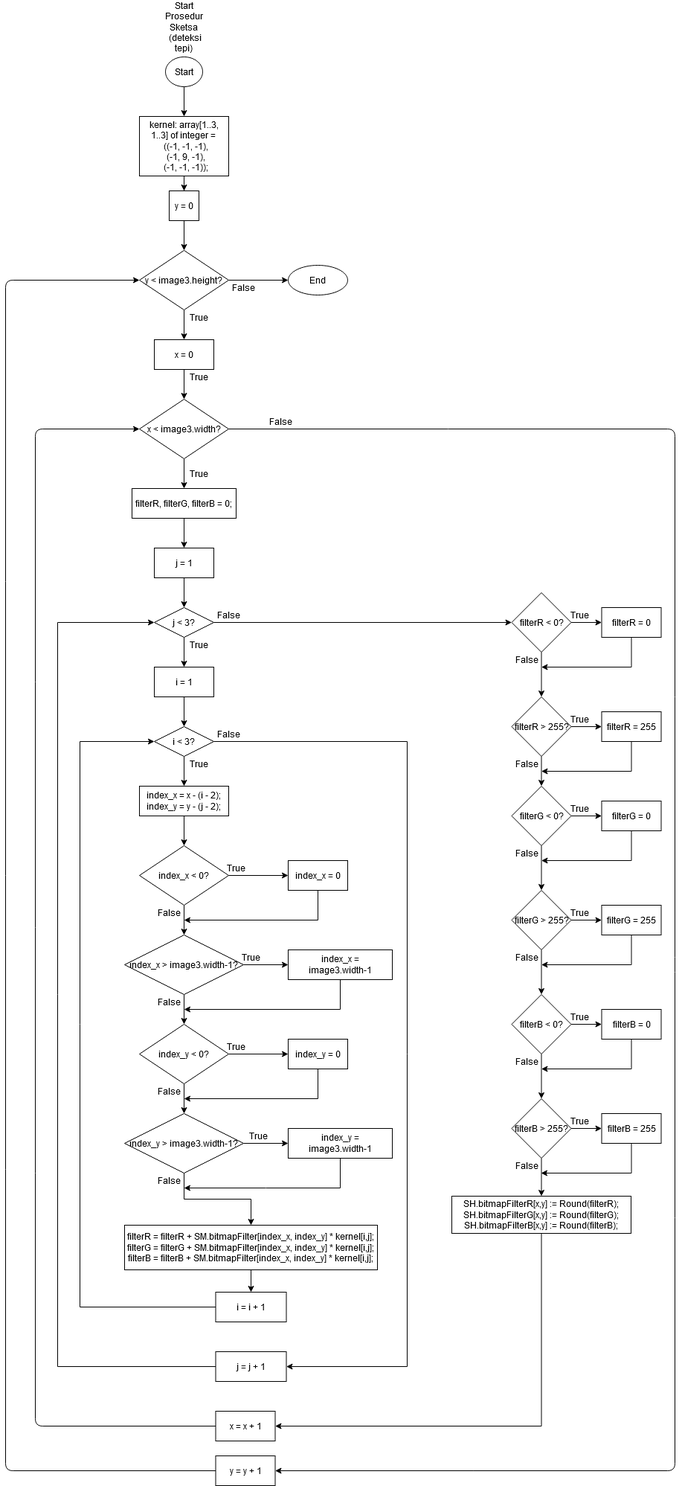
Earlier version of the draw.io export Flowchart/png/Sketsa.png (NRZero1/Batik_Pattern_Generator). Source tidied: cells renumbered, new cells last; positions are measured from the earlier drawing's top-left corner, leaving out a move shared by most shapes.
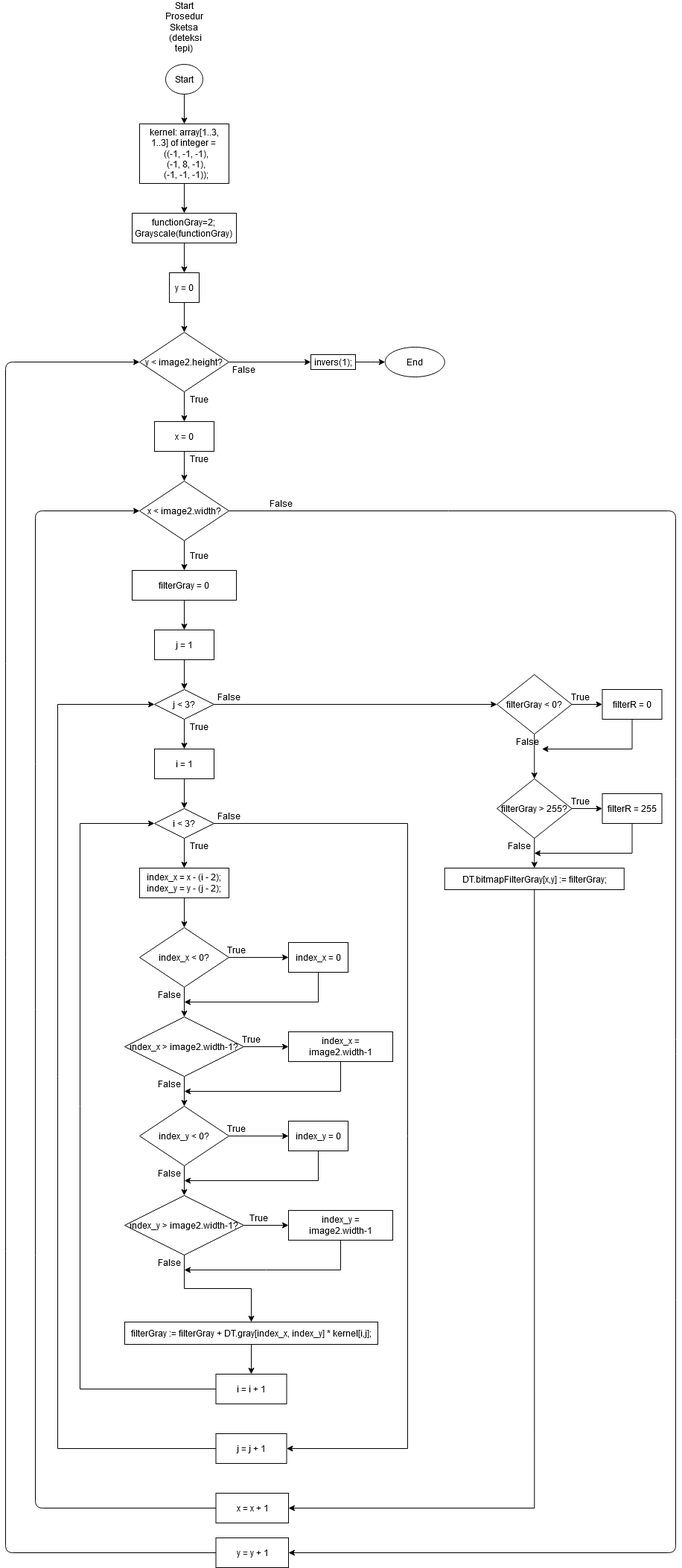
After the commit.

The edit, as a diff of the source:
```diff
@@ -8,12 +8,15 @@
     <mxCell id="3" value="Start" style="ellipse;whiteSpace=wrap;html=1;" parent="1" vertex="1">
-      <mxGeometry x="215" y="50" width="50" height="40" as="geometry" />
+      <mxGeometry x="215" y="-50" width="50" height="40" as="geometry" />
     </mxCell>
     <mxCell id="4" value="&lt;div&gt;Start Prosedur&lt;/div&gt;&lt;div&gt;Sketsa&lt;br&gt;&lt;/div&gt;&amp;nbsp;(deteksi tepi)" style="text;html=1;strokeColor=none;fillColor=none;align=center;verticalAlign=middle;whiteSpace=wrap;rounded=0;" parent="1" vertex="1">
-      <mxGeometry x="220" width="40" height="20" as="geometry" />
+      <mxGeometry x="220" y="-110" width="40" height="20" as="geometry" />
     </mxCell>
-    <mxCell id="5" style="edgeStyle=orthogonalEdgeStyle;rounded=0;jettySize=auto;html=1;" parent="1" edge="1" source="6" target="8">
+    <mxCell id="5" style="edgeStyle=orthogonalEdgeStyle;rounded=0;jettySize=auto;html=1;exitX=0.5;exitY=1;exitDx=0;exitDy=0;" parent="1" edge="1" source="125" target="8">
       <mxGeometry relative="1" as="geometry" />
     </mxCell>
+    <mxCell id="123" style="edgeStyle=orthogonalEdgeStyle;rounded=0;jettySize=auto;html=1;" parent="1" edge="1" source="6" target="125">
+      <mxGeometry relative="1" as="geometry" />
+    </mxCell>
-    <mxCell id="6" value="kernel: array[1..3, 1..3] of integer =&lt;br&gt;&amp;nbsp; ((-1, -1, -1),&lt;br&gt;&amp;nbsp; (-1, 9, -1),&lt;br&gt;&lt;div&gt;&amp;nbsp; (-1, -1, -1));&lt;/div&gt;" style="rounded=0;whiteSpace=wrap;html=1;" parent="1" vertex="1">
-      <mxGeometry x="180" y="130" width="120" height="80" as="geometry" />
+    <mxCell id="6" value="kernel: array[1..3, 1..3] of integer =&lt;br&gt;&amp;nbsp; ((-1, -1, -1),&lt;br&gt;&amp;nbsp; (-1, 8, -1),&lt;br&gt;&lt;div&gt;&amp;nbsp; (-1, -1, -1));&lt;/div&gt;" style="rounded=0;whiteSpace=wrap;html=1;" parent="1" vertex="1">
+      <mxGeometry x="180" y="30" width="120" height="80" as="geometry" />
     </mxCell>
@@ -28,3 +31,6 @@
     </mxCell>
+    <mxCell id="124" style="edgeStyle=orthogonalEdgeStyle;rounded=0;jettySize=auto;html=1;exitX=1;exitY=0.5;exitDx=0;exitDy=0;" parent="1" edge="1" source="10" target="127">
+      <mxGeometry relative="1" as="geometry" />
+    </mxCell>
-    <mxCell id="10" value="y &amp;lt; image3.height?" style="rhombus;whiteSpace=wrap;html=1;" parent="1" vertex="1">
+    <mxCell id="10" value="y &amp;lt; image2.height?" style="rhombus;whiteSpace=wrap;html=1;" parent="1" vertex="1">
       <mxGeometry x="180" y="310" width="120" height="80" as="geometry" />
@@ -40,3 +46,3 @@
     </mxCell>
-    <mxCell id="14" value="x &amp;lt; image3.width?" style="rhombus;whiteSpace=wrap;html=1;" parent="1" vertex="1">
+    <mxCell id="14" value="x &amp;lt; image2.width?" style="rhombus;whiteSpace=wrap;html=1;" parent="1" vertex="1">
       <mxGeometry x="180" y="510" width="120" height="80" as="geometry" />
@@ -46,3 +52,3 @@
     </mxCell>
-    <mxCell id="16" value="filterR, filterG, filterB = 0;" style="rounded=0;whiteSpace=wrap;html=1;" parent="1" vertex="1">
+    <mxCell id="16" value="filterGray = 0" style="rounded=0;whiteSpace=wrap;html=1;" parent="1" vertex="1">
       <mxGeometry x="170" y="630" width="140" height="40" as="geometry" />
@@ -59,3 +65,3 @@
     <mxCell id="20" value="x = x + 1" style="rounded=0;whiteSpace=wrap;html=1;" parent="1" vertex="1">
-      <mxGeometry x="282.5" y="1870" width="80" height="40" as="geometry" />
+      <mxGeometry x="282.5" y="1870" width="97.5" height="40" as="geometry" />
     </mxCell>
@@ -70,3 +76,3 @@
     <mxCell id="22" value="y = y + 1" style="rounded=0;whiteSpace=wrap;html=1;" parent="1" vertex="1">
-      <mxGeometry x="282.5" y="1930" width="80" height="40" as="geometry" />
+      <mxGeometry x="282.5" y="1930" width="97.5" height="40" as="geometry" />
     </mxCell>
@@ -89,5 +95,2 @@
     </mxCell>
-    <mxCell id="25" style="endArrow=classic;html=1;exitX=1;exitY=0.5;exitDx=0;exitDy=0;entryX=0;entryY=0.5;entryDx=0;entryDy=0;" parent="1" edge="1" source="10" target="118">
-      <mxGeometry relative="1" as="geometry" />
-    </mxCell>
     <mxCell id="26" value="False" style="text;html=1;align=center;verticalAlign=middle;" parent="1" vertex="1">
@@ -170,3 +173,3 @@
     </mxCell>
-    <mxCell id="48" value="index_x &amp;gt; image3.width-1?" style="rhombus;whiteSpace=wrap;html=1;rounded=0;" parent="1" vertex="1">
+    <mxCell id="48" value="index_x &amp;gt; image2.width-1?" style="rhombus;whiteSpace=wrap;html=1;rounded=0;" parent="1" vertex="1">
       <mxGeometry x="160" y="1230" width="160" height="80" as="geometry" />
@@ -184,3 +187,3 @@
     </mxCell>
-    <mxCell id="51" value="index_x = image3.width-1" style="whiteSpace=wrap;html=1;rounded=0;" parent="1" vertex="1">
+    <mxCell id="51" value="index_x = image2.width-1" style="whiteSpace=wrap;html=1;rounded=0;" parent="1" vertex="1">
       <mxGeometry x="380" y="1250" width="140" height="40" as="geometry" />
@@ -215,3 +218,3 @@
     </mxCell>
-    <mxCell id="60" value="index_y &amp;gt; image3.width-1?" style="rhombus;whiteSpace=wrap;html=1;rounded=0;" parent="1" vertex="1">
+    <mxCell id="60" value="index_y &amp;gt; image2.width-1?" style="rhombus;whiteSpace=wrap;html=1;rounded=0;" parent="1" vertex="1">
       <mxGeometry x="160" y="1470" width="160" height="80" as="geometry" />
@@ -230,3 +233,3 @@
     </mxCell>
-    <mxCell id="63" value="index_y = image3.width-1" style="whiteSpace=wrap;html=1;rounded=0;" parent="1" vertex="1">
+    <mxCell id="63" value="index_y = image2.width-1" style="whiteSpace=wrap;html=1;rounded=0;" parent="1" vertex="1">
       <mxGeometry x="380" y="1490" width="140" height="40" as="geometry" />
@@ -236,4 +239,4 @@
     </mxCell>
-    <mxCell id="65" value="&lt;div&gt;filterR = filterR + SM.bitmapFilter[index_x, index_y] * kernel[i,j];&lt;/div&gt;&lt;div&gt;filterG = filterG + SM.bitmapFilter[index_x, index_y] * kernel[i,j];&lt;/div&gt;&lt;div&gt;filterB = filterB + SM.bitmapFilter[index_x, index_y] * kernel[i,j];&lt;/div&gt;" style="whiteSpace=wrap;html=1;rounded=0;" parent="1" vertex="1">
-      <mxGeometry x="160" y="1620" width="340" height="60" as="geometry" />
+    <mxCell id="65" value="filterGray := filterGray + DT.gray[index_x, index_y] * kernel[i,j];" style="whiteSpace=wrap;html=1;rounded=0;" parent="1" vertex="1">
+      <mxGeometry x="160" y="1640" width="340" height="30" as="geometry" />
     </mxCell>
@@ -285,4 +288,4 @@
     </mxCell>
-    <mxCell id="78" value="filterR &amp;lt; 0?" style="rhombus;whiteSpace=wrap;html=1;" parent="1" vertex="1">
-      <mxGeometry x="680.5" y="770" width="80" height="80" as="geometry" />
+    <mxCell id="78" value="filterGray &amp;lt; 0?" style="rhombus;whiteSpace=wrap;html=1;" parent="1" vertex="1">
+      <mxGeometry x="660" y="770" width="100.5" height="80" as="geometry" />
     </mxCell>
@@ -304,7 +307,7 @@
     </mxCell>
-    <mxCell id="83" style="edgeStyle=orthogonalEdgeStyle;rounded=0;jettySize=auto;html=1;exitX=0.5;exitY=1;exitDx=0;exitDy=0;entryX=0.5;entryY=0;entryDx=0;entryDy=0;" parent="1" edge="1" source="84" target="90">
+    <mxCell id="83" style="edgeStyle=orthogonalEdgeStyle;rounded=0;jettySize=auto;html=1;exitX=0.5;exitY=1;exitDx=0;exitDy=0;entryX=0.5;entryY=0;entryDx=0;entryDy=0;" parent="1" edge="1" source="84" target="117">
       <mxGeometry relative="1" as="geometry" />
     </mxCell>
-    <mxCell id="84" value="filterR &amp;gt; 255?" style="rhombus;whiteSpace=wrap;html=1;" parent="1" vertex="1">
-      <mxGeometry x="680.5" y="910" width="80" height="80" as="geometry" />
+    <mxCell id="84" value="filterGray &amp;gt; 255?" style="rhombus;whiteSpace=wrap;html=1;" parent="1" vertex="1">
+      <mxGeometry x="660" y="910" width="100.5" height="80" as="geometry" />
     </mxCell>
@@ -323,91 +326,37 @@
     </mxCell>
-    <mxCell id="88" style="edgeStyle=orthogonalEdgeStyle;rounded=0;jettySize=auto;html=1;" parent="1" edge="1" source="90" target="92">
-      <mxGeometry relative="1" as="geometry" />
+    <mxCell id="88" style="edgeStyle=orthogonalEdgeStyle;rounded=0;orthogonalLoop=1;jettySize=auto;html=1;" parent="1" edge="1">
+      <mxGeometry relative="1" as="geometry">
+        <mxPoint x="760.5" y="1070" as="sourcePoint" />
+      </mxGeometry>
     </mxCell>
-    <mxCell id="89" style="edgeStyle=orthogonalEdgeStyle;rounded=0;jettySize=auto;html=1;" parent="1" edge="1" source="90" target="96">
-      <mxGeometry relative="1" as="geometry" />
+    <mxCell id="89" style="edgeStyle=orthogonalEdgeStyle;rounded=0;orthogonalLoop=1;jettySize=auto;html=1;" parent="1" edge="1">
+      <mxGeometry relative="1" as="geometry">
+        <mxPoint x="720.5" y="1110" as="sourcePoint" />
+      </mxGeometry>
     </mxCell>
-    <mxCell id="90" value="filterG &amp;lt; 0?" style="rhombus;whiteSpace=wrap;html=1;" parent="1" vertex="1">
-      <mxGeometry x="680.5" y="1030" width="80" height="80" as="geometry" />
-    </mxCell>
-    <mxCell id="91" style="edgeStyle=orthogonalEdgeStyle;rounded=0;jettySize=auto;html=1;exitX=0.5;exitY=1;exitDx=0;exitDy=0;entryX=1;entryY=1;entryDx=0;entryDy=0;" parent="1" edge="1" source="92" target="97">
-      <mxGeometry relative="1" as="geometry">
-        <Array as="points">
-          <mxPoint x="841.5" y="1130" />
-        </Array>
-      </mxGeometry>
-    </mxCell>
-    <mxCell id="92" value="filterG = 0" style="whiteSpace=wrap;html=1;" parent="1" vertex="1">
-      <mxGeometry x="801.5" y="1050" width="80" height="40" as="geometry" />
-    </mxCell>
-    <mxCell id="93" value="True" style="text;html=1;strokeColor=none;fillColor=none;align=center;verticalAlign=middle;whiteSpace=wrap;rounded=0;" parent="1" vertex="1">
-      <mxGeometry x="751.5" y="1050" width="40" height="20" as="geometry" />
-    </mxCell>
-    <mxCell id="94" style="edgeStyle=orthogonalEdgeStyle;rounded=0;jettySize=auto;html=1;" parent="1" edge="1" source="96" target="99">
-      <mxGeometry relative="1" as="geometry" />
+    <mxCell id="94" style="edgeStyle=orthogonalEdgeStyle;rounded=0;orthogonalLoop=1;jettySize=auto;html=1;" parent="1" edge="1">
+      <mxGeometry relative="1" as="geometry">
+        <mxPoint x="760.5" y="1210" as="sourcePoint" />
+      </mxGeometry>
     </mxCell>
-    <mxCell id="95" style="edgeStyle=orthogonalEdgeStyle;rounded=0;jettySize=auto;html=1;exitX=0.5;exitY=1;exitDx=0;exitDy=0;entryX=0.5;entryY=0;entryDx=0;entryDy=0;" parent="1" edge="1" source="96" target="102">
-      <mxGeometry relative="1" as="geometry" />
+    <mxCell id="95" style="edgeStyle=orthogonalEdgeStyle;rounded=0;orthogonalLoop=1;jettySize=auto;html=1;exitX=0.5;exitY=1;exitDx=0;exitDy=0;entryX=0.5;entryY=0;entryDx=0;entryDy=0;" parent="1" edge="1">
+      <mxGeometry relative="1" as="geometry">
+        <mxPoint x="720.5" y="1250" as="sourcePoint" />
+      </mxGeometry>
     </mxCell>
-    <mxCell id="96" value="filterG &amp;gt; 255?" style="rhombus;whiteSpace=wrap;html=1;" parent="1" vertex="1">
-      <mxGeometry x="680.5" y="1170" width="80" height="80" as="geometry" />
-    </mxCell>
-    <mxCell id="97" value="False" style="text;html=1;strokeColor=none;fillColor=none;align=center;verticalAlign=middle;whiteSpace=wrap;rounded=0;" parent="1" vertex="1">
-      <mxGeometry x="680.5" y="1110" width="40" height="20" as="geometry" />
-    </mxCell>
-    <mxCell id="98" style="edgeStyle=orthogonalEdgeStyle;rounded=0;jettySize=auto;html=1;exitX=0.5;exitY=1;exitDx=0;exitDy=0;entryX=1;entryY=1;entryDx=0;entryDy=0;" parent="1" edge="1" source="99" target="115">
-      <mxGeometry relative="1" as="geometry">
-        <Array as="points">
-          <mxPoint x="841.5" y="1270" />
-        </Array>
-      </mxGeometry>
-    </mxCell>
-    <mxCell id="99" value="filterG = 255" style="whiteSpace=wrap;html=1;" parent="1" vertex="1">
-      <mxGeometry x="801.5" y="1190" width="80" height="40" as="geometry" />
-    </mxCell>
-    <mxCell id="100" style="edgeStyle=orthogonalEdgeStyle;rounded=0;jettySize=auto;html=1;" parent="1" edge="1" source="102" target="104">
-      <mxGeometry relative="1" as="geometry" />
+    <mxCell id="100" style="edgeStyle=orthogonalEdgeStyle;rounded=0;orthogonalLoop=1;jettySize=auto;html=1;" parent="1" edge="1">
+      <mxGeometry relative="1" as="geometry">
+        <mxPoint x="760.5" y="1350" as="sourcePoint" />
+      </mxGeometry>
     </mxCell>
-    <mxCell id="101" style="edgeStyle=orthogonalEdgeStyle;rounded=0;jettySize=auto;html=1;" parent="1" edge="1" source="102" target="108">
-      <mxGeometry relative="1" as="geometry" />
+    <mxCell id="101" style="edgeStyle=orthogonalEdgeStyle;rounded=0;orthogonalLoop=1;jettySize=auto;html=1;" parent="1" edge="1">
+      <mxGeometry relative="1" as="geometry">
+        <mxPoint x="720.5" y="1390" as="sourcePoint" />
+      </mxGeometry>
     </mxCell>
-    <mxCell id="102" value="filterB &amp;lt; 0?" style="rhombus;whiteSpace=wrap;html=1;" parent="1" vertex="1">
-      <mxGeometry x="680.5" y="1310" width="80" height="80" as="geometry" />
-    </mxCell>
-    <mxCell id="103" style="edgeStyle=orthogonalEdgeStyle;rounded=0;jettySize=auto;html=1;exitX=0.5;exitY=1;exitDx=0;exitDy=0;entryX=1;entryY=1;entryDx=0;entryDy=0;" parent="1" edge="1" source="104" target="109">
-      <mxGeometry relative="1" as="geometry">
-        <Array as="points">
-          <mxPoint x="841.5" y="1410" />
-        </Array>
-      </mxGeometry>
-    </mxCell>
-    <mxCell id="104" value="filterB = 0" style="whiteSpace=wrap;html=1;" parent="1" vertex="1">
-      <mxGeometry x="801.5" y="1330" width="80" height="40" as="geometry" />
-    </mxCell>
-    <mxCell id="105" value="True" style="text;html=1;strokeColor=none;fillColor=none;align=center;verticalAlign=middle;whiteSpace=wrap;rounded=0;" parent="1" vertex="1">
-      <mxGeometry x="751.5" y="1330" width="40" height="20" as="geometry" />
-    </mxCell>
-    <mxCell id="106" style="edgeStyle=orthogonalEdgeStyle;rounded=0;jettySize=auto;html=1;" parent="1" edge="1" source="108" target="111">
-      <mxGeometry relative="1" as="geometry" />
+    <mxCell id="106" style="edgeStyle=orthogonalEdgeStyle;rounded=0;orthogonalLoop=1;jettySize=auto;html=1;" parent="1" edge="1">
+      <mxGeometry relative="1" as="geometry">
+        <mxPoint x="760.5" y="1490" as="sourcePoint" />
+      </mxGeometry>
     </mxCell>
-    <mxCell id="107" style="edgeStyle=orthogonalEdgeStyle;rounded=0;jettySize=auto;html=1;" parent="1" edge="1" source="108" target="117">
-      <mxGeometry relative="1" as="geometry" />
-    </mxCell>
-    <mxCell id="108" value="filterB &amp;gt; 255?" style="rhombus;whiteSpace=wrap;html=1;" parent="1" vertex="1">
-      <mxGeometry x="680.5" y="1450" width="80" height="80" as="geometry" />
-    </mxCell>
-    <mxCell id="109" value="False" style="text;html=1;strokeColor=none;fillColor=none;align=center;verticalAlign=middle;whiteSpace=wrap;rounded=0;" parent="1" vertex="1">
-      <mxGeometry x="680.5" y="1390" width="40" height="20" as="geometry" />
-    </mxCell>
-    <mxCell id="110" style="edgeStyle=orthogonalEdgeStyle;rounded=0;jettySize=auto;html=1;exitX=0.5;exitY=1;exitDx=0;exitDy=0;" parent="1" edge="1" source="111">
-      <mxGeometry relative="1" as="geometry">
-        <mxPoint x="720" y="1550" as="targetPoint" />
-        <Array as="points">
-          <mxPoint x="842" y="1550" />
-        </Array>
-      </mxGeometry>
-    </mxCell>
-    <mxCell id="111" value="filterB = 255" style="whiteSpace=wrap;html=1;" parent="1" vertex="1">
-      <mxGeometry x="801.5" y="1470" width="80" height="40" as="geometry" />
-    </mxCell>
     <mxCell id="112" value="True" style="text;html=1;strokeColor=none;fillColor=none;align=center;verticalAlign=middle;whiteSpace=wrap;rounded=0;" parent="1" vertex="1">
@@ -416,10 +365,4 @@
     <mxCell id="113" value="False" style="text;html=1;strokeColor=none;fillColor=none;align=center;verticalAlign=middle;whiteSpace=wrap;rounded=0;" parent="1" vertex="1">
-      <mxGeometry x="680.5" y="990" width="40" height="20" as="geometry" />
+      <mxGeometry x="670" y="990" width="40" height="20" as="geometry" />
     </mxCell>
-    <mxCell id="114" value="True" style="text;html=1;strokeColor=none;fillColor=none;align=center;verticalAlign=middle;whiteSpace=wrap;rounded=0;" parent="1" vertex="1">
-      <mxGeometry x="751.5" y="1190" width="40" height="20" as="geometry" />
-    </mxCell>
-    <mxCell id="115" value="False" style="text;html=1;strokeColor=none;fillColor=none;align=center;verticalAlign=middle;whiteSpace=wrap;rounded=0;" parent="1" vertex="1">
-      <mxGeometry x="680.5" y="1250" width="40" height="20" as="geometry" />
-    </mxCell>
     <mxCell id="116" style="edgeStyle=orthogonalEdgeStyle;rounded=0;jettySize=auto;html=1;exitX=0.5;exitY=1;exitDx=0;exitDy=0;entryX=1;entryY=0.5;entryDx=0;entryDy=0;" parent="1" edge="1" source="117" target="20">
@@ -427,3 +370,3 @@
         <Array as="points">
-          <mxPoint x="721" y="1890" />
+          <mxPoint x="710" y="1890" />
         </Array>
@@ -431,7 +374,7 @@
     </mxCell>
-    <mxCell id="117" value="SH.bitmapFilterR[x,y] := Round(filterR);&lt;br&gt;&lt;div&gt;SH.bitmapFilterG[x,y] := Round(filterG);&lt;/div&gt;&lt;div&gt;SH.bitmapFilterB[x,y] := Round(filterB);&lt;/div&gt;" style="whiteSpace=wrap;html=1;" parent="1" vertex="1">
-      <mxGeometry x="600" y="1581" width="241" height="50" as="geometry" />
+    <mxCell id="117" value="DT.bitmapFilterGray[x,y] := filterGray;" style="whiteSpace=wrap;html=1;" parent="1" vertex="1">
+      <mxGeometry x="589.8" y="1030" width="241" height="29" as="geometry" />
     </mxCell>
     <mxCell id="118" value="End" style="ellipse;whiteSpace=wrap;html=1;" parent="1" vertex="1">
-      <mxGeometry x="380" y="330" width="80" height="40" as="geometry" />
+      <mxGeometry x="509.8" y="330" width="80" height="40" as="geometry" />
     </mxCell>
@@ -443,8 +386,11 @@
     </mxCell>
-    <mxCell id="121" value="True" style="text;html=1;strokeColor=none;fillColor=none;align=center;verticalAlign=middle;whiteSpace=wrap;rounded=0;" parent="1" vertex="1">
-      <mxGeometry x="751.5" y="1470" width="40" height="20" as="geometry" />
-    </mxCell>
-    <mxCell id="122" value="False" style="text;html=1;strokeColor=none;fillColor=none;align=center;verticalAlign=middle;whiteSpace=wrap;rounded=0;" parent="1" vertex="1">
-      <mxGeometry x="680.5" y="1530" width="40" height="20" as="geometry" />
-    </mxCell>
+    <mxCell id="125" value="&lt;div&gt;functionGray=2;&lt;/div&gt;&lt;div&gt;Grayscale(functionGray)&lt;br&gt;&lt;/div&gt;" style="whiteSpace=wrap;html=1;rounded=0;" parent="1" vertex="1">
+      <mxGeometry x="170" y="150" width="140" height="40" as="geometry" />
+    </mxCell>
+    <mxCell id="126" style="edgeStyle=orthogonalEdgeStyle;rounded=0;jettySize=auto;html=1;exitX=1;exitY=0.5;exitDx=0;exitDy=0;" parent="1" edge="1" source="127" target="118">
+      <mxGeometry relative="1" as="geometry" />
+    </mxCell>
+    <mxCell id="127" value="invers(1);" style="rounded=0;whiteSpace=wrap;html=1;" parent="1" vertex="1">
+      <mxGeometry x="410" y="340" width="60" height="20" as="geometry" />
+    </mxCell>
   </root>
```
